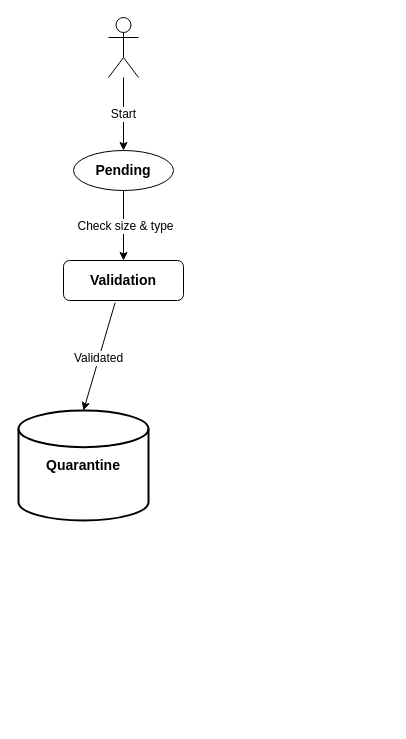
LypchanskyiYurii/Hello keeps this draw.io diagram as Upload images.drawio. Above is the earlier version. Source tidied: cells renumbered, new cells numbered last; positions are measured from the earlier drawing's top-left corner, leaving out a move shared by most shapes. Both pictures are drawn from the tidied source at 100%, with x=0, y=0 at pixel (18, 17).
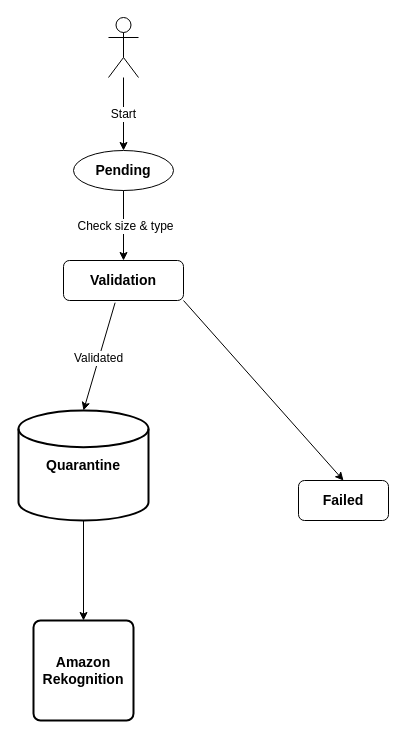
After the change.

Change to the diagram source:
```diff
@@
 <mxGraphModel>
   <root>
     <mxCell id="0" />
     <mxCell id="1" parent="0" />
     <mxCell id="2" value="&lt;font style=&quot;font-size: 14px;&quot;&gt;&lt;b&gt;Pending&lt;/b&gt;&lt;/font&gt;" style="ellipse;whiteSpace=wrap;html=1;align=center;" parent="1" vertex="1">
       <mxGeometry x="55" y="133" width="100" height="40" as="geometry" />
     </mxCell>
     <mxCell id="3" value="&lt;font style=&quot;font-size: 14px;&quot;&gt;&lt;b&gt;Quarantine&lt;/b&gt;&lt;/font&gt;" style="strokeWidth=2;html=1;shape=mxgraph.flowchart.database;whiteSpace=wrap;" parent="1" vertex="1">
       <mxGeometry y="393" width="130" height="110" as="geometry" />
     </mxCell>
     <mxCell id="4" style="shape=umlActor;verticalLabelPosition=bottom;verticalAlign=top;html=1;outlineConnect=0;" parent="1" vertex="1">
       <mxGeometry x="90" width="30" height="60" as="geometry" />
     </mxCell>
     <mxCell id="5" value="&lt;font style=&quot;font-size: 12px;&quot;&gt;Start&lt;/font&gt;" style="endArrow=classic;html=1;rounded=0;entryX=0.5;entryY=0;entryDx=0;entryDy=0;entryPerimeter=0;" parent="1" edge="1" source="4" target="2">
       <mxGeometry relative="1" as="geometry" />
     </mxCell>
     <mxCell id="6" style="endArrow=classic;html=1;rounded=0;entryX=0.5;entryY=0;entryDx=0;entryDy=0;exitX=0.5;exitY=1;exitDx=0;exitDy=0;" parent="1" edge="1" source="2" target="8">
       <mxGeometry relative="1" as="geometry" />
     </mxCell>
     <mxCell id="7" value="&lt;font style=&quot;font-size: 12px;&quot;&gt;Check size &amp;amp; type&lt;/font&gt;" style="edgeLabel;html=1;align=center;verticalAlign=middle;" parent="6" vertex="1">
       <mxGeometry x="-0.01" y="1" relative="1" as="geometry" />
     </mxCell>
     <mxCell id="8" value="&lt;b&gt;&lt;font style=&quot;font-size: 14px;&quot;&gt;Validation&lt;/font&gt;&lt;/b&gt;" style="rounded=1;whiteSpace=wrap;html=1;" parent="1" vertex="1">
       <mxGeometry x="45" y="243" width="120" height="40" as="geometry" />
     </mxCell>
     <mxCell id="9" style="endArrow=classic;html=1;rounded=0;entryX=0.5;entryY=0;entryDx=0;entryDy=0;entryPerimeter=0;exitX=0.43;exitY=1.055;exitDx=0;exitDy=0;exitPerimeter=0;" parent="1" edge="1" source="8" target="3">
       <mxGeometry relative="1" as="geometry" />
     </mxCell>
     <mxCell id="10" value="&lt;font style=&quot;font-size: 12px;&quot;&gt;Validated&lt;/font&gt;" style="edgeLabel;html=1;align=center;verticalAlign=middle;" parent="9" vertex="1">
       <mxGeometry x="0.03" y="-1" relative="1" as="geometry" />
     </mxCell>
+    <mxCell id="11" value="&lt;font style=&quot;font-size: 14px;&quot;&gt;&lt;b&gt;Failed&lt;/b&gt;&lt;/font&gt;" style="rounded=1;whiteSpace=wrap;html=1;" parent="1" vertex="1">
+      <mxGeometry x="280" y="463" width="90" height="40" as="geometry" />
+    </mxCell>
+    <mxCell id="12" style="endArrow=classic;html=1;rounded=0;exitX=1;exitY=1;exitDx=0;exitDy=0;entryX=0.5;entryY=0;entryDx=0;entryDy=0;" parent="1" edge="1" source="8" target="11">
+      <mxGeometry relative="1" as="geometry" />
+    </mxCell>
+    <mxCell id="13" value="&lt;b style=&quot;border-color: var(--border-color); font-size: 14px;&quot;&gt;Amazon&lt;br style=&quot;border-color: var(--border-color);&quot;&gt;Rekognition&lt;/b&gt;" style="rounded=1;whiteSpace=wrap;html=1;absoluteArcSize=1;arcSize=14;strokeWidth=2;" parent="1" vertex="1">
+      <mxGeometry x="15" y="603" width="100" height="100" as="geometry" />
+    </mxCell>
+    <mxCell id="14" style="endArrow=classic;html=1;rounded=0;exitX=0.5;exitY=1;exitDx=0;exitDy=0;exitPerimeter=0;entryX=0.5;entryY=0;entryDx=0;entryDy=0;" parent="1" edge="1" source="3" target="13">
+      <mxGeometry relative="1" as="geometry" />
+    </mxCell>
   </root>
 </mxGraphModel>
```
